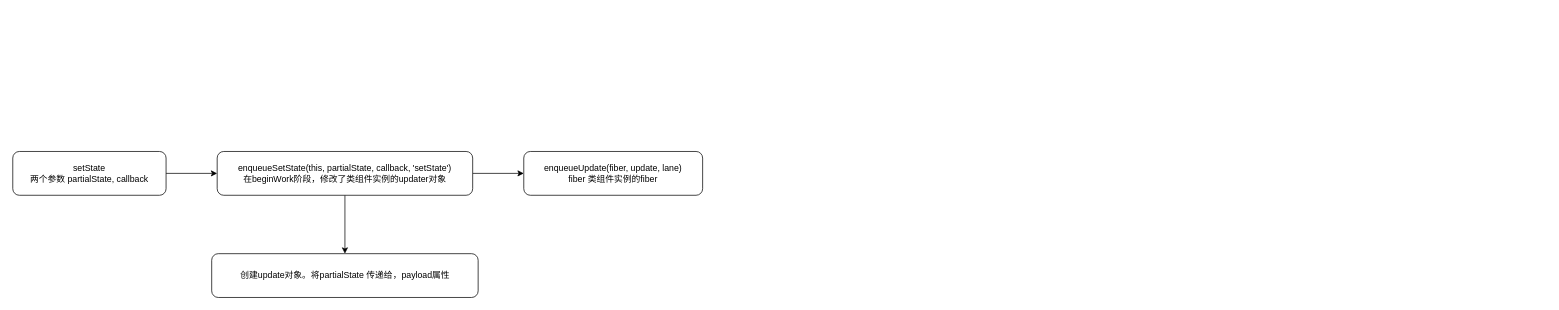
linround/gitBook keeps this draw.io diagram as AboutInterview/react-setState/ReactDom.SetState.drawio. Above is the earlier version. Source tidied: cells renumbered, new cells numbered last; positions are measured from the earlier drawing's top-left corner, leaving out a move shared by most shapes. Both pictures are drawn from the tidied source at 73%, with x=0, y=0 at pixel (12, 151).
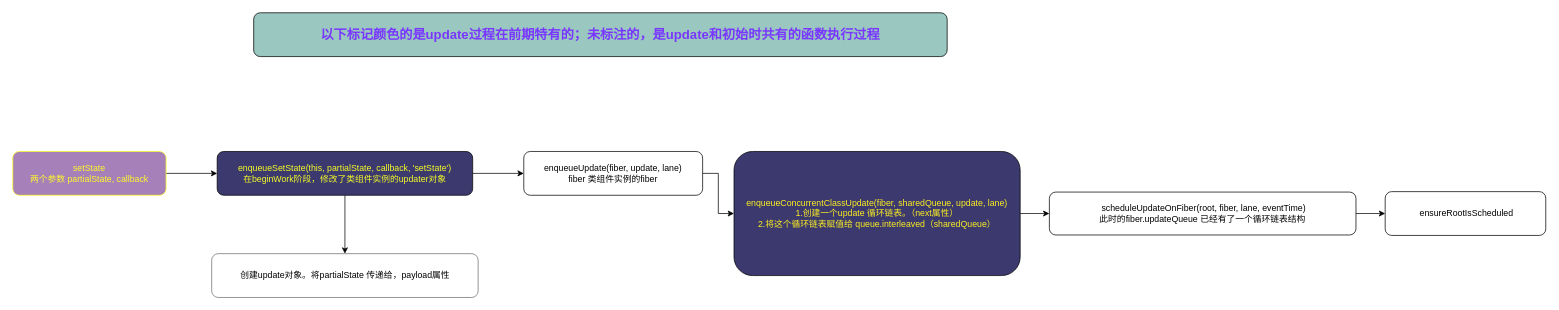
Above is the later version.

Change to the diagram source:
```diff
@@
 <mxGraphModel>
   <root>
     <mxCell id="0" />
     <mxCell id="1" parent="0" />
     <mxCell id="2" style="edgeStyle=orthogonalEdgeStyle;rounded=0;jettySize=auto;html=1;" parent="1" edge="1" source="3" target="6">
       <mxGeometry relative="1" as="geometry" />
     </mxCell>
-    <mxCell id="3" value="setState&lt;br&gt;两个参数&amp;nbsp;partialState, callback" style="rounded=1;whiteSpace=wrap;html=1;" parent="1" vertex="1">
+    <mxCell id="3" value="setState&lt;br&gt;两个参数&amp;nbsp;partialState, callback" style="rounded=1;whiteSpace=wrap;html=1;strokeColor=#FFFF1C;fillColor=#A680B8;fontColor=#FFF82B;" parent="1" vertex="1">
       <mxGeometry width="210" height="60" as="geometry" />
     </mxCell>
     <mxCell id="4" style="edgeStyle=orthogonalEdgeStyle;rounded=0;jettySize=auto;html=1;" parent="1" edge="1" source="6" target="7">
       <mxGeometry relative="1" as="geometry" />
     </mxCell>
     <mxCell id="5" style="edgeStyle=orthogonalEdgeStyle;rounded=0;jettySize=auto;html=1;" parent="1" edge="1" source="6" target="8">
       <mxGeometry relative="1" as="geometry" />
     </mxCell>
-    <mxCell id="6" value="enqueueSetState(this, partialState, callback, 'setState')&lt;br&gt;在beginWork阶段，修改了类组件实例的updater对象" style="whiteSpace=wrap;html=1;rounded=1;" parent="1" vertex="1">
+    <mxCell id="6" value="enqueueSetState(this, partialState, callback, 'setState')&lt;br&gt;在beginWork阶段，修改了类组件实例的updater对象" style="whiteSpace=wrap;html=1;rounded=1;fontColor=#F8FF26;strokeColor=#000000;fillColor=#3B396E;" parent="1" vertex="1">
       <mxGeometry x="280" width="350" height="60" as="geometry" />
     </mxCell>
-    <mxCell id="7" value="创建update对象。将partialState 传递给，payload属性" style="whiteSpace=wrap;html=1;rounded=1;" parent="1" vertex="1">
+    <mxCell id="7" value="创建update对象。将partialState 传递给，payload属性" style="whiteSpace=wrap;html=1;rounded=1;strokeColor=#6E6E6E;" parent="1" vertex="1">
       <mxGeometry x="272.5" y="140" width="365" height="60" as="geometry" />
     </mxCell>
+    <mxCell id="9" style="edgeStyle=orthogonalEdgeStyle;rounded=0;jettySize=auto;html=1;" parent="1" edge="1" source="8" target="11">
+      <mxGeometry relative="1" as="geometry" />
+    </mxCell>
     <mxCell id="8" value="enqueueUpdate(fiber, update, lane)&lt;br&gt;fiber 类组件实例的fiber" style="whiteSpace=wrap;html=1;rounded=1;" parent="1" vertex="1">
       <mxGeometry x="700" width="245" height="60" as="geometry" />
     </mxCell>
+    <mxCell id="10" style="edgeStyle=orthogonalEdgeStyle;rounded=0;jettySize=auto;html=1;exitX=1;exitY=0.5;exitDx=0;exitDy=0;" parent="1" edge="1" source="11" target="13">
+      <mxGeometry relative="1" as="geometry" />
+    </mxCell>
+    <mxCell id="11" value="enqueueConcurrentClassUpdate(fiber, sharedQueue, update, lane)&lt;br&gt;1.创建一个update 循环链表。（next属性）&lt;br&gt;2.将这个循环链表赋值给&amp;nbsp;queue.interleaved（sharedQueue）" style="whiteSpace=wrap;html=1;rounded=1;strokeColor=#000000;fillColor=#3B396E;fontColor=#FFF021;" parent="1" vertex="1">
+      <mxGeometry x="988" width="392" height="170" as="geometry" />
+    </mxCell>
+    <mxCell id="12" style="edgeStyle=orthogonalEdgeStyle;rounded=0;jettySize=auto;html=1;" parent="1" edge="1" source="13" target="14">
+      <mxGeometry relative="1" as="geometry" />
+    </mxCell>
+    <mxCell id="13" value="&amp;nbsp;scheduleUpdateOnFiber(root, fiber, lane, eventTime)&lt;br&gt;此时的fiber.updateQueue 已经有了一个循环链表结构" style="whiteSpace=wrap;html=1;rounded=1;" parent="1" vertex="1">
+      <mxGeometry x="1420" y="55.6" width="420" height="58.8" as="geometry" />
+    </mxCell>
+    <mxCell id="14" value="&amp;nbsp;ensureRootIsScheduled" style="whiteSpace=wrap;html=1;rounded=1;" parent="1" vertex="1">
+      <mxGeometry x="1880" y="55" width="220" height="60" as="geometry" />
+    </mxCell>
+    <mxCell id="15" value="以下标记颜色的是update过程在前期特有的；未标注的，是update和初始时共有的函数执行过程" style="rounded=1;whiteSpace=wrap;html=1;fontColor=#7936FF;fillColor=#9AC7BF;fontSize=18;fontStyle=1;" parent="1" vertex="1">
+      <mxGeometry x="330" y="-190" width="950" height="60" as="geometry" />
+    </mxCell>
   </root>
 </mxGraphModel>
```
